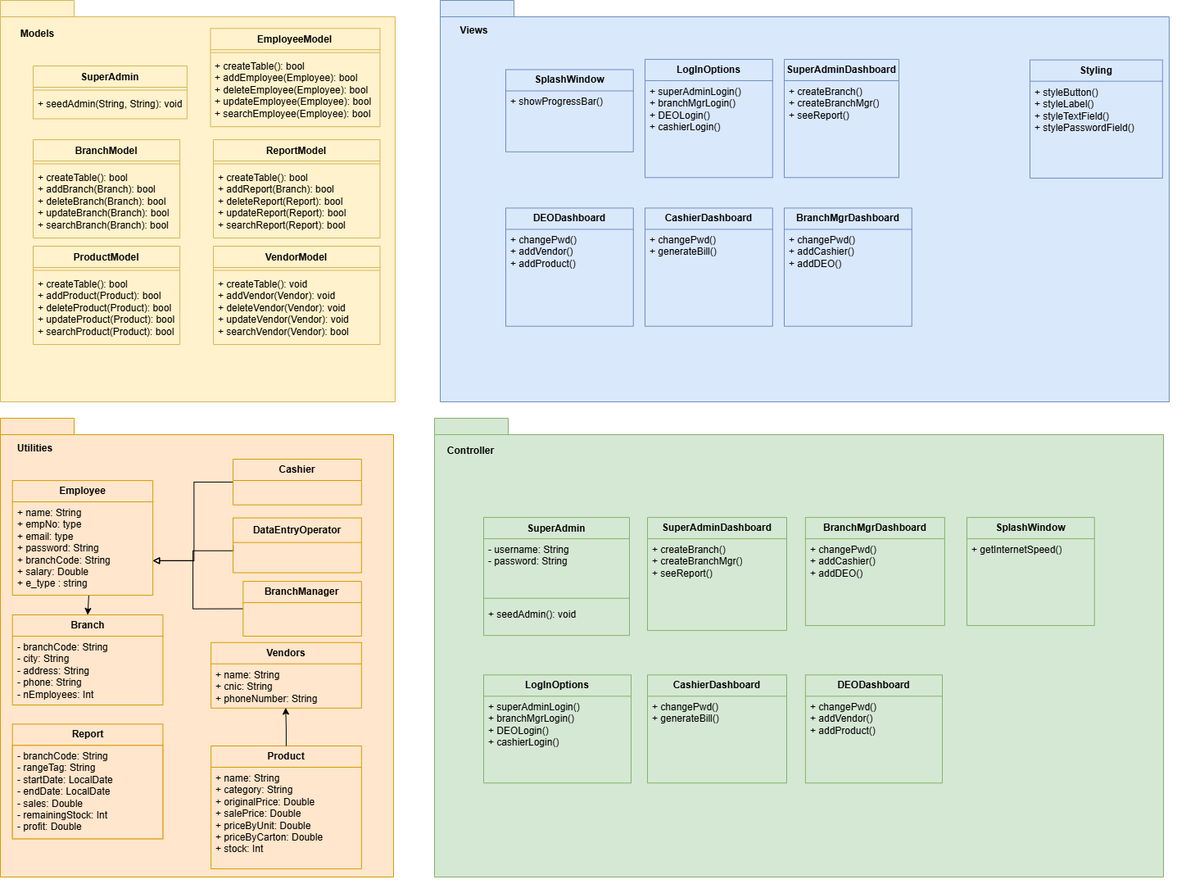
The draw.io diagram SCDFinalProject_CD.drawio.png in NHL-Co/Metro-Management-System, before a commit. Source tidied: cells renumbered, new cells last; positions are measured from the earlier drawing's top-left corner, leaving out a move shared by most shapes.
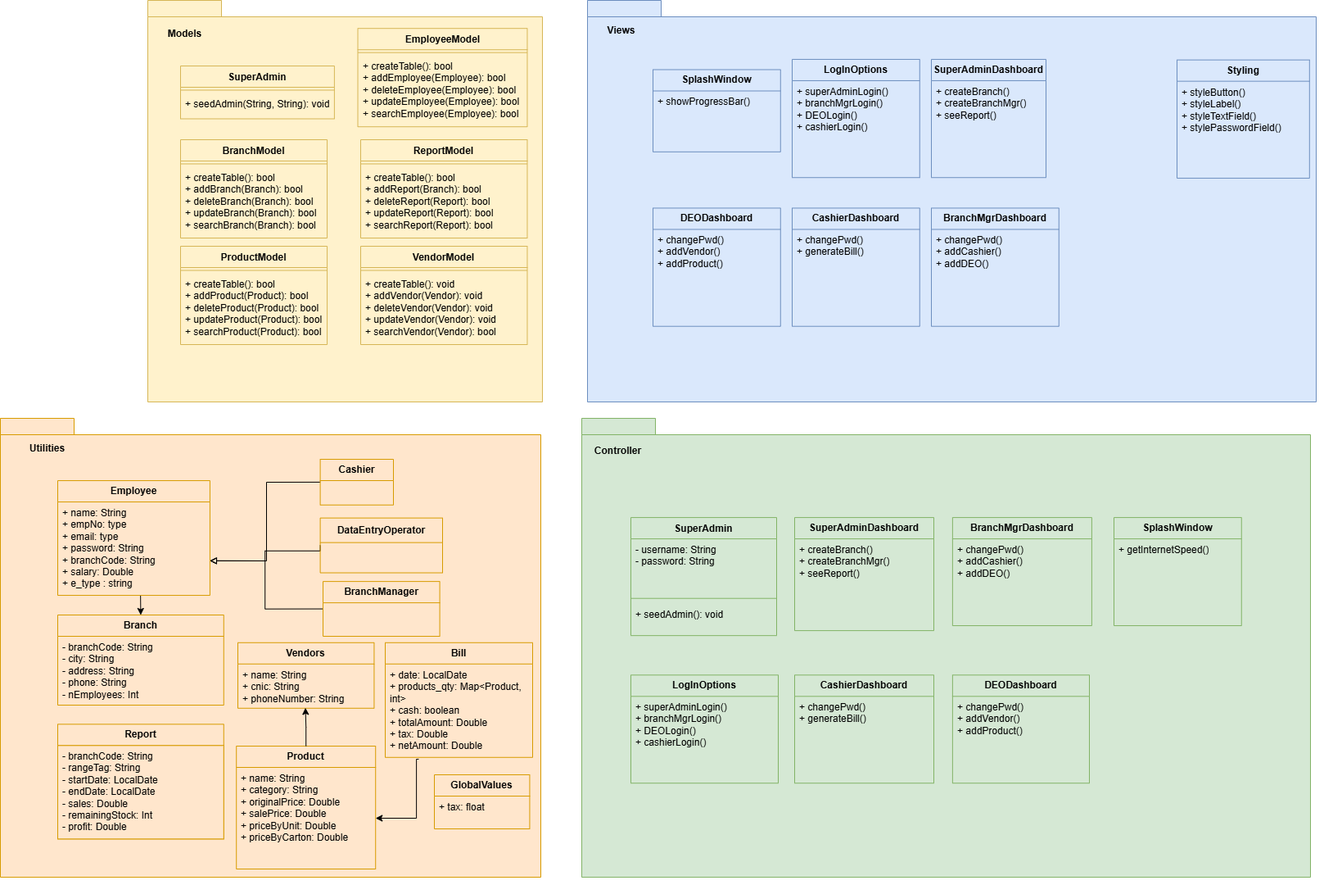
The same diagram one commit later.

Commit message:
Updated class diagram

Updated according to DB

The edit, as a diff of the source:
```diff
@@ -174,91 +174,110 @@
       <mxGeometry y="33" width="203.5" height="87" as="geometry" />
     </mxCell>
     <mxCell id="59" style="group;" parent="1" vertex="1">
-      <mxGeometry y="510" width="480" height="560" as="geometry" />
+      <mxGeometry x="-180" y="510" width="660" height="560" as="geometry" />
     </mxCell>
     <mxCell id="60" style="edgeStyle=orthogonalEdgeStyle;rounded=0;jettySize=auto;html=1;exitX=0.5;exitY=1;exitDx=0;exitDy=0;exitPerimeter=0;" parent="59" edge="1" source="61">
       <mxGeometry relative="1" as="geometry">
-        <mxPoint x="240" y="560" as="targetPoint" />
+        <mxPoint x="330" y="560" as="targetPoint" />
       </mxGeometry>
     </mxCell>
     <mxCell id="61" style="shape=folder;fontStyle=1;spacingTop=10;tabWidth=90;tabHeight=20;tabPosition=left;html=1;whiteSpace=wrap;fillColor=#ffe6cc;strokeColor=#d79b00;" parent="59" vertex="1">
-      <mxGeometry width="480" height="560" as="geometry" />
+      <mxGeometry width="660" height="560" as="geometry" />
     </mxCell>
     <mxCell id="62" value="Utilities" style="text;align=center;fontStyle=1;verticalAlign=middle;spacingLeft=3;spacingRight=3;strokeColor=none;html=1;" parent="59" vertex="1">
-      <mxGeometry y="25" width="83.3" height="23.2" as="geometry" />
+      <mxGeometry y="25" width="114.5" height="23.2" as="geometry" />
     </mxCell>
     <mxCell id="63" style="edgeStyle=orthogonalEdgeStyle;rounded=0;jettySize=auto;html=1;exitX=0;exitY=0.5;exitDx=0;exitDy=0;endArrow=block;endFill=0;" parent="59" edge="1" source="64">
       <mxGeometry relative="1" as="geometry">
-        <mxPoint x="186.1" y="173.9" as="targetPoint" />
+        <mxPoint x="255.9" y="173.9" as="targetPoint" />
         <Array as="points">
-          <mxPoint x="235.1" y="232.7" />
-          <mxPoint x="235.1" y="174.2" />
+          <mxPoint x="323.3" y="232.7" />
+          <mxPoint x="323.3" y="174.2" />
         </Array>
       </mxGeometry>
     </mxCell>
     <mxCell id="64" value="&lt;b&gt;BranchManager&lt;/b&gt;" style="swimlane;fontStyle=0;horizontal=1;startSize=26;fillColor=#ffe6cc;whiteSpace=wrap;html=1;strokeColor=#d79b00;" parent="59" vertex="1">
-      <mxGeometry x="296.3" y="199.1" width="144.5" height="66.9" as="geometry" />
+      <mxGeometry x="394" y="199.1" width="142.6" height="66.9" as="geometry" />
     </mxCell>
     <mxCell id="65" style="edgeStyle=orthogonalEdgeStyle;rounded=0;jettySize=auto;html=1;exitX=0;exitY=0.5;exitDx=0;exitDy=0;endArrow=block;endFill=0;" parent="59" edge="1" source="66">
       <mxGeometry relative="1" as="geometry">
-        <mxPoint x="186.1" y="173.9" as="targetPoint" />
+        <mxPoint x="255.9" y="173.9" as="targetPoint" />
         <Array as="points">
-          <mxPoint x="284.1" y="161.8" />
-          <mxPoint x="235.1" y="161.8" />
-          <mxPoint x="235.1" y="174.2" />
+          <mxPoint x="390.6" y="161.8" />
+          <mxPoint x="323.3" y="161.8" />
+          <mxPoint x="323.3" y="174.2" />
         </Array>
       </mxGeometry>
     </mxCell>
     <mxCell id="66" value="&lt;b&gt;DataEntryOperator&lt;/b&gt;" style="swimlane;fontStyle=0;horizontal=1;startSize=30;fillColor=#ffe6cc;whiteSpace=wrap;html=1;strokeColor=#d79b00;" parent="59" vertex="1">
-      <mxGeometry x="284.1" y="121.6" width="156.7" height="66.9" as="geometry" />
+      <mxGeometry x="390.6" y="121.6" width="149.4" height="66.9" as="geometry" />
     </mxCell>
     <mxCell id="67" value="&lt;b&gt;Employee&lt;/b&gt;" style="swimlane;fontStyle=0;horizontal=1;startSize=26;fillColor=#ffe6cc;whiteSpace=wrap;html=1;strokeColor=#d79b00;" parent="59" vertex="1">
-      <mxGeometry x="14.7" y="76" width="171.4" height="140" as="geometry" />
+      <mxGeometry x="70" y="76" width="185.9" height="140" as="geometry" />
     </mxCell>
     <mxCell id="68" value="+ name: String&lt;div&gt;+ empNo: type&lt;/div&gt;&lt;div&gt;+ email: type&lt;/div&gt;&lt;div&gt;+ password: String&lt;/div&gt;&lt;div&gt;+ branchCode: String&lt;/div&gt;&lt;div&gt;+ salary: Double&lt;/div&gt;&lt;div&gt;+ e_type : string&lt;/div&gt;" style="text;strokeColor=none;fillColor=none;align=left;verticalAlign=top;spacingLeft=4;spacingRight=4;overflow=hidden;points=[[0,0.5],[1,0.5]];portConstraint=eastwest;whiteSpace=wrap;html=1;" parent="67" vertex="1">
-      <mxGeometry y="26" width="171.4" height="114" as="geometry" />
+      <mxGeometry y="26" width="185.9" height="114" as="geometry" />
     </mxCell>
     <mxCell id="69" style="edgeStyle=orthogonalEdgeStyle;rounded=0;jettySize=auto;html=1;exitX=0;exitY=0.5;exitDx=0;exitDy=0;endArrow=block;endFill=0;" parent="59" edge="1" source="70">
       <mxGeometry relative="1" as="geometry">
-        <mxPoint x="186.1" y="173.9" as="targetPoint" />
+        <mxPoint x="255.9" y="173.9" as="targetPoint" />
         <Array as="points">
-          <mxPoint x="236.3" y="78.4" />
-          <mxPoint x="236.3" y="174.2" />
+          <mxPoint x="324.9" y="78.4" />
+          <mxPoint x="324.9" y="174.2" />
         </Array>
       </mxGeometry>
     </mxCell>
     <mxCell id="70" value="&lt;b&gt;Cashier&lt;/b&gt;" style="swimlane;fontStyle=0;horizontal=1;startSize=26;fillColor=#ffe6cc;whiteSpace=wrap;html=1;strokeColor=#d79b00;" parent="59" vertex="1">
-      <mxGeometry x="284.1" y="50" width="156.7" height="55.8" as="geometry" />
+      <mxGeometry x="390.6" y="50" width="89.4" height="55.8" as="geometry" />
     </mxCell>
     <mxCell id="71" value="&lt;b&gt;Product&lt;/b&gt;" style="swimlane;fontStyle=0;horizontal=1;startSize=26;fillColor=#ffe6cc;whiteSpace=wrap;html=1;strokeColor=#d79b00;" parent="59" vertex="1">
-      <mxGeometry x="257.1" y="400" width="183.7" height="150" as="geometry" />
+      <mxGeometry x="288.2" y="400" width="170" height="150" as="geometry" />
     </mxCell>
-    <mxCell id="72" value="+ name: String&lt;div&gt;+ category: String&lt;/div&gt;&lt;div&gt;+ originalPrice: Double&lt;/div&gt;&lt;div&gt;+ salePrice: Double&lt;/div&gt;&lt;div&gt;+ priceByUnit: Double&lt;/div&gt;&lt;div&gt;+ priceByCarton: Double&lt;/div&gt;&lt;div&gt;+ stock: Int&lt;/div&gt;" style="text;strokeColor=none;fillColor=none;align=left;verticalAlign=top;spacingLeft=4;spacingRight=4;overflow=hidden;points=[[0,0.5],[1,0.5]];portConstraint=eastwest;whiteSpace=wrap;html=1;" parent="71" vertex="1">
-      <mxGeometry y="26" width="183.7" height="124" as="geometry" />
+    <mxCell id="72" value="+ name: String&lt;div&gt;+ category: String&lt;/div&gt;&lt;div&gt;+ originalPrice: Double&lt;/div&gt;&lt;div&gt;+ salePrice: Double&lt;/div&gt;&lt;div&gt;+ priceByUnit: Double&lt;/div&gt;&lt;div&gt;+ priceByCarton: Double&lt;/div&gt;" style="text;strokeColor=none;fillColor=none;align=left;verticalAlign=top;spacingLeft=4;spacingRight=4;overflow=hidden;points=[[0,0.5],[1,0.5]];portConstraint=eastwest;whiteSpace=wrap;html=1;" parent="71" vertex="1">
+      <mxGeometry y="26" width="170" height="124" as="geometry" />
     </mxCell>
     <mxCell id="73" value="&lt;b&gt;Vendors&lt;/b&gt;" style="swimlane;fontStyle=0;horizontal=1;startSize=26;fillColor=#ffe6cc;whiteSpace=wrap;html=1;strokeColor=#d79b00;" parent="59" vertex="1">
-      <mxGeometry x="257.1" y="273.8" width="183.7" height="80" as="geometry" />
+      <mxGeometry x="290" y="273.8" width="166.4" height="80" as="geometry" />
     </mxCell>
     <mxCell id="74" value="+ name: String&lt;div&gt;+ cnic: String&lt;/div&gt;&lt;div&gt;+ phoneNumber: String&lt;/div&gt;" style="text;strokeColor=none;fillColor=none;align=left;verticalAlign=top;spacingLeft=4;spacingRight=4;overflow=hidden;points=[[0,0.5],[1,0.5]];portConstraint=eastwest;whiteSpace=wrap;html=1;" parent="73" vertex="1">
-      <mxGeometry y="26" width="183.7" height="54" as="geometry" />
+      <mxGeometry y="26" width="166.4" height="54" as="geometry" />
     </mxCell>
     <mxCell id="75" style="edgeStyle=orthogonalEdgeStyle;rounded=0;jettySize=auto;html=1;entryX=0.496;entryY=0.992;entryDx=0;entryDy=0;entryPerimeter=0;" parent="59" edge="1" source="71" target="74">
       <mxGeometry relative="1" as="geometry" />
     </mxCell>
     <mxCell id="76" value="&lt;b&gt;Report&lt;/b&gt;" style="swimlane;fontStyle=0;horizontal=1;startSize=26;fillColor=#ffe6cc;whiteSpace=wrap;html=1;strokeColor=#d79b00;" parent="59" vertex="1">
-      <mxGeometry x="14.7" y="373.3" width="183.7" height="140" as="geometry" />
+      <mxGeometry x="70" y="373.3" width="202.8" height="140" as="geometry" />
     </mxCell>
     <mxCell id="77" value="- branchCode: String&lt;div&gt;- rangeTag: String&lt;/div&gt;&lt;div&gt;- startDate: LocalDate&lt;/div&gt;&lt;div&gt;- endDate: LocalDate&lt;/div&gt;&lt;div&gt;- sales: Double&lt;/div&gt;&lt;div&gt;- remainingStock: Int&lt;/div&gt;&lt;div&gt;- profit: Double&lt;/div&gt;" style="text;strokeColor=#d79b00;fillColor=#ffe6cc;align=left;verticalAlign=top;spacingLeft=4;spacingRight=4;overflow=hidden;whiteSpace=wrap;html=1;" parent="76" vertex="1">
-      <mxGeometry y="26" width="183.7" height="114" as="geometry" />
+      <mxGeometry y="26" width="202.8" height="114" as="geometry" />
     </mxCell>
     <mxCell id="78" value="&lt;b&gt;Branch&lt;/b&gt;" style="swimlane;fontStyle=0;horizontal=1;startSize=26;fillColor=#ffe6cc;whiteSpace=wrap;html=1;strokeColor=#d79b00;" parent="59" vertex="1">
-      <mxGeometry x="14.7" y="240" width="183.7" height="110" as="geometry" />
+      <mxGeometry x="70" y="240" width="202.8" height="110" as="geometry" />
     </mxCell>
     <mxCell id="79" value="- branchCode: String&lt;div&gt;- city: String&lt;/div&gt;&lt;div&gt;- address: String&lt;/div&gt;&lt;div&gt;- phone: String&lt;/div&gt;&lt;div&gt;- nEmployees: Int&lt;/div&gt;" style="text;strokeColor=none;fillColor=none;align=left;verticalAlign=top;spacingLeft=4;spacingRight=4;overflow=hidden;whiteSpace=wrap;html=1;" parent="78" vertex="1">
-      <mxGeometry y="26" width="183.7" height="84" as="geometry" />
+      <mxGeometry y="26" width="202.8" height="84" as="geometry" />
     </mxCell>
     <mxCell id="80" style="edgeStyle=orthogonalEdgeStyle;rounded=0;jettySize=auto;html=1;exitX=0.544;exitY=1.004;exitDx=0;exitDy=0;entryX=0.5;entryY=0;entryDx=0;entryDy=0;exitPerimeter=0;" parent="59" edge="1" source="68" target="78">
       <mxGeometry relative="1" as="geometry" />
     </mxCell>
+    <mxCell id="81" value="&lt;b&gt;Bill&lt;/b&gt;" style="swimlane;fontStyle=0;horizontal=1;startSize=26;fillColor=#ffe6cc;whiteSpace=wrap;html=1;strokeColor=#d79b00;" parent="59" vertex="1">
+      <mxGeometry x="470" y="273.8" width="180" height="140" as="geometry" />
+    </mxCell>
+    <mxCell id="82" value="+ date: LocalDate&lt;div&gt;+ products_qty: Map&amp;lt;Product, int&amp;gt;&lt;/div&gt;&lt;div&gt;&lt;span style=&quot;background-color: initial;&quot;&gt;+ cash: boolean&lt;/span&gt;&lt;/div&gt;&lt;div&gt;+ totalAmount: Double&lt;/div&gt;&lt;div&gt;&lt;span style=&quot;background-color: initial;&quot;&gt;+ tax: Double&lt;/span&gt;&lt;/div&gt;&lt;div&gt;&lt;span style=&quot;background-color: initial;&quot;&gt;+ netAmount: Double&lt;/span&gt;&lt;/div&gt;" style="text;strokeColor=none;fillColor=none;align=left;verticalAlign=top;spacingLeft=4;spacingRight=4;overflow=hidden;points=[[0,0.5],[1,0.5]];portConstraint=eastwest;whiteSpace=wrap;html=1;" parent="81" vertex="1">
+      <mxGeometry y="26" width="180" height="114" as="geometry" />
+    </mxCell>
+    <mxCell id="83" style="edgeStyle=orthogonalEdgeStyle;rounded=0;jettySize=auto;html=1;exitX=0.227;exitY=1.019;exitDx=0;exitDy=0;entryX=1;entryY=0.5;entryDx=0;entryDy=0;exitPerimeter=0;" parent="59" edge="1" source="82" target="72">
+      <mxGeometry relative="1" as="geometry">
+        <Array as="points">
+          <mxPoint x="508" y="488" />
+        </Array>
+      </mxGeometry>
+    </mxCell>
+    <mxCell id="84" value="&lt;b&gt;GlobalValues&lt;/b&gt;" style="swimlane;fontStyle=0;horizontal=1;startSize=26;fillColor=#ffe6cc;whiteSpace=wrap;html=1;strokeColor=#d79b00;" parent="59" vertex="1">
+      <mxGeometry x="530" y="435" width="116.4" height="66" as="geometry" />
+    </mxCell>
+    <mxCell id="85" value="+ tax: float" style="text;strokeColor=none;fillColor=none;align=left;verticalAlign=top;spacingLeft=4;spacingRight=4;overflow=hidden;whiteSpace=wrap;html=1;" parent="84" vertex="1">
+      <mxGeometry y="26" width="116.4" height="40" as="geometry" />
+    </mxCell>
   </root>
 </mxGraphModel>
```
